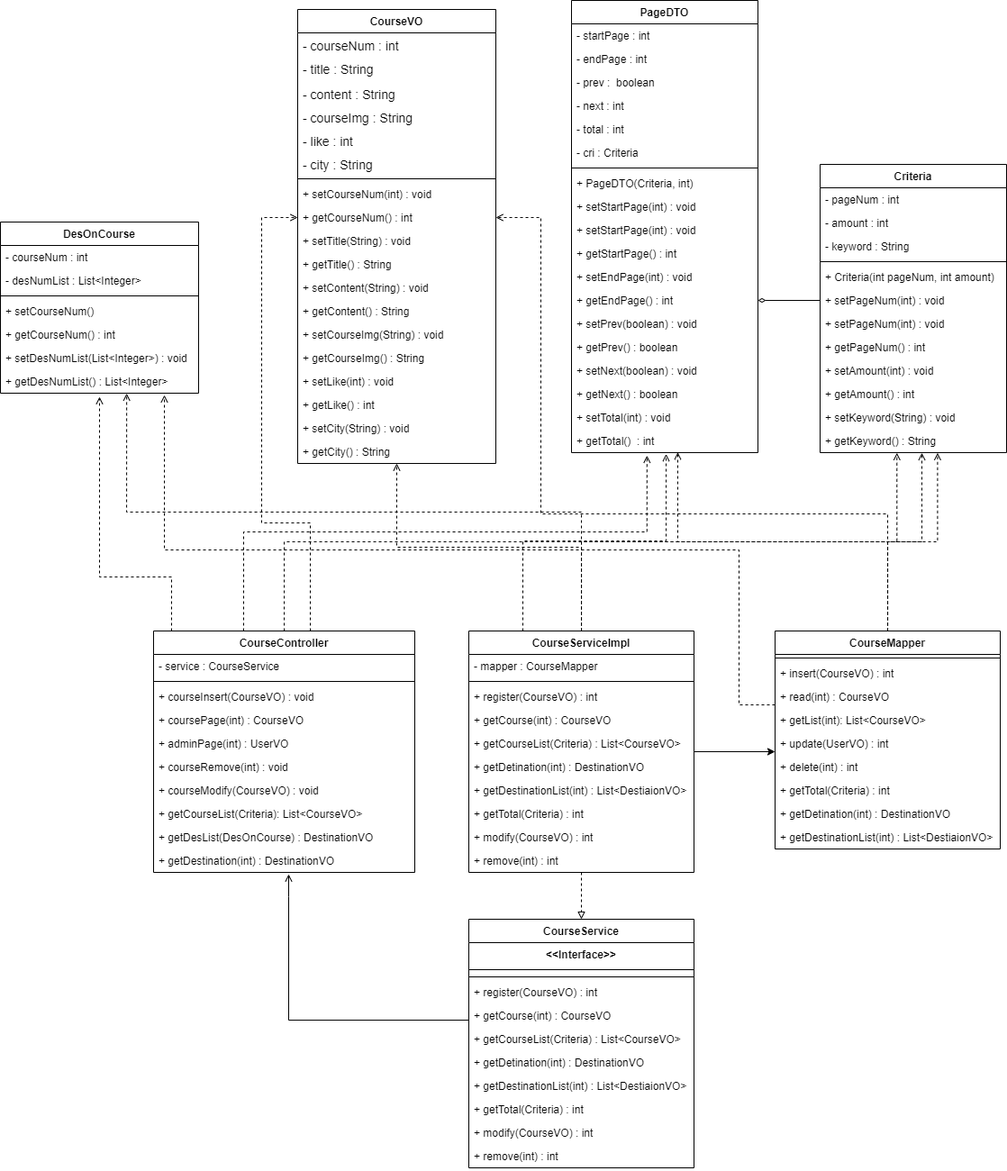
Earlier version of the draw.io export Course클래스 다이어그램(미완성).drawio.png (Hotmintchoco/teamProject1). Source tidied: cells renumbered, new cells last; positions are measured from the earlier drawing's top-left corner, leaving out a move shared by most shapes.
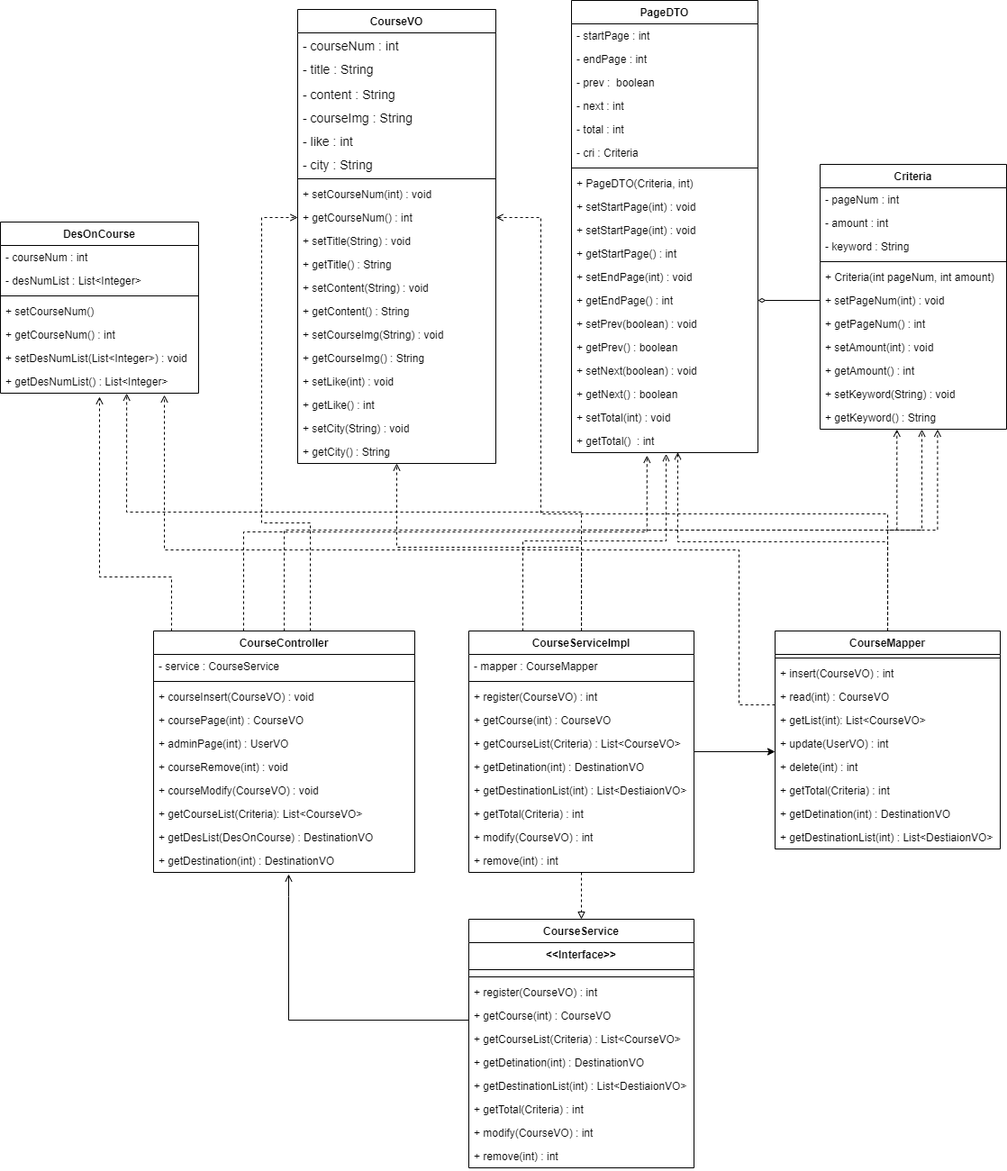
The same diagram one commit later.

Commit message:
Course클래스 다이어그램(1-3).drawio.png 업데이트

What changed in the source:
```diff
@@ -353,7 +353,7 @@
       <mxGeometry y="476" width="207" height="26" as="geometry" />
     </mxCell>
     <mxCell id="101" value="Criteria" style="swimlane;fontStyle=1;align=center;verticalAlign=top;horizontal=1;startSize=26;" parent="1" vertex="1">
-      <mxGeometry x="910" y="182" width="207" height="320" as="geometry" />
+      <mxGeometry x="910" y="182" width="207" height="294" as="geometry" />
     </mxCell>
     <mxCell id="102" value="- pageNum : int" style="text;strokeColor=none;fillColor=none;align=left;verticalAlign=top;spacingLeft=4;spacingRight=4;overflow=hidden;" parent="101" vertex="1">
       <mxGeometry y="26" width="207" height="26" as="geometry" />
@@ -370,26 +370,23 @@
     <mxCell id="106" value="+ Criteria(int pageNum, int amount) " style="text;strokeColor=none;fillColor=none;align=left;verticalAlign=top;spacingLeft=4;spacingRight=4;overflow=hidden;" parent="101" vertex="1">
       <mxGeometry y="112" width="207" height="26" as="geometry" />
     </mxCell>
-    <mxCell id="107" value="+ setPageNum(int) : void" style="text;strokeColor=none;fillColor=none;align=left;verticalAlign=top;spacingLeft=4;spacingRight=4;overflow=hidden;points=[[0,0.5],[1,0.5]];portConstraint=eastwest;" parent="101" vertex="1">
-      <mxGeometry y="138" width="207" height="26" as="geometry" />
-    </mxCell>
     <mxCell id="108" value="+ setPageNum(int) : void" style="text;strokeColor=none;fillColor=none;align=left;verticalAlign=top;spacingLeft=4;spacingRight=4;overflow=hidden;" parent="101" vertex="1">
-      <mxGeometry y="164" width="207" height="26" as="geometry" />
+      <mxGeometry y="138" width="207" height="26" as="geometry" />
     </mxCell>
     <mxCell id="109" value="+ getPageNum() : int" style="text;strokeColor=none;fillColor=none;align=left;verticalAlign=top;spacingLeft=4;spacingRight=4;overflow=hidden;" parent="101" vertex="1">
-      <mxGeometry y="190" width="207" height="26" as="geometry" />
+      <mxGeometry y="164" width="207" height="26" as="geometry" />
     </mxCell>
     <mxCell id="110" value="+ setAmount(int) : void" style="text;strokeColor=none;fillColor=none;align=left;verticalAlign=top;spacingLeft=4;spacingRight=4;overflow=hidden;" parent="101" vertex="1">
-      <mxGeometry y="216" width="207" height="26" as="geometry" />
+      <mxGeometry y="190" width="207" height="26" as="geometry" />
     </mxCell>
     <mxCell id="111" value="+ getAmount() : int" style="text;strokeColor=none;fillColor=none;align=left;verticalAlign=top;spacingLeft=4;spacingRight=4;overflow=hidden;" parent="101" vertex="1">
-      <mxGeometry y="242" width="207" height="26" as="geometry" />
+      <mxGeometry y="216" width="207" height="26" as="geometry" />
     </mxCell>
     <mxCell id="112" value="+ setKeyword(String) : void" style="text;strokeColor=none;fillColor=none;align=left;verticalAlign=top;spacingLeft=4;spacingRight=4;overflow=hidden;" parent="101" vertex="1">
-      <mxGeometry y="268" width="207" height="26" as="geometry" />
+      <mxGeometry y="242" width="207" height="26" as="geometry" />
     </mxCell>
     <mxCell id="113" value="+ getKeyword() : String" style="text;strokeColor=none;fillColor=none;align=left;verticalAlign=top;spacingLeft=4;spacingRight=4;overflow=hidden;points=[[0,0.5],[1,0.5]];portConstraint=eastwest;" parent="101" vertex="1">
-      <mxGeometry y="294" width="207" height="26" as="geometry" />
+      <mxGeometry y="268" width="207" height="26" as="geometry" />
     </mxCell>
     <mxCell id="114" value="DesOnCourse" style="swimlane;fontStyle=1;align=center;verticalAlign=top;horizontal=1;startSize=26;" parent="1" vertex="1">
       <mxGeometry y="246" width="220" height="190" as="geometry" />
@@ -415,8 +412,10 @@
     <mxCell id="121" value="+ getDesNumList() : List&lt;Integer&gt;" style="text;strokeColor=none;fillColor=none;align=left;verticalAlign=top;spacingLeft=4;spacingRight=4;overflow=hidden;points=[[0,0.5],[1,0.5]];portConstraint=eastwest;" parent="114" vertex="1">
       <mxGeometry y="164" width="220" height="26" as="geometry" />
     </mxCell>
-    <mxCell id="122" style="edgeStyle=orthogonalEdgeStyle;rounded=0;jettySize=auto;html=1;entryX=1;entryY=0.5;entryDx=0;entryDy=0;endArrow=diamondThin;endFill=0;strokeWidth=1;" parent="1" edge="1" source="107" target="94">
-      <mxGeometry relative="1" as="geometry" />
+    <mxCell id="122" style="edgeStyle=orthogonalEdgeStyle;rounded=0;jettySize=auto;html=1;entryX=1;entryY=0.5;entryDx=0;entryDy=0;endArrow=diamondThin;endFill=0;strokeWidth=1;" parent="1" edge="1" target="94">
+      <mxGeometry relative="1" as="geometry">
+        <mxPoint x="910" y="333" as="sourcePoint" />
+      </mxGeometry>
     </mxCell>
   </root>
 </mxGraphModel>
```
